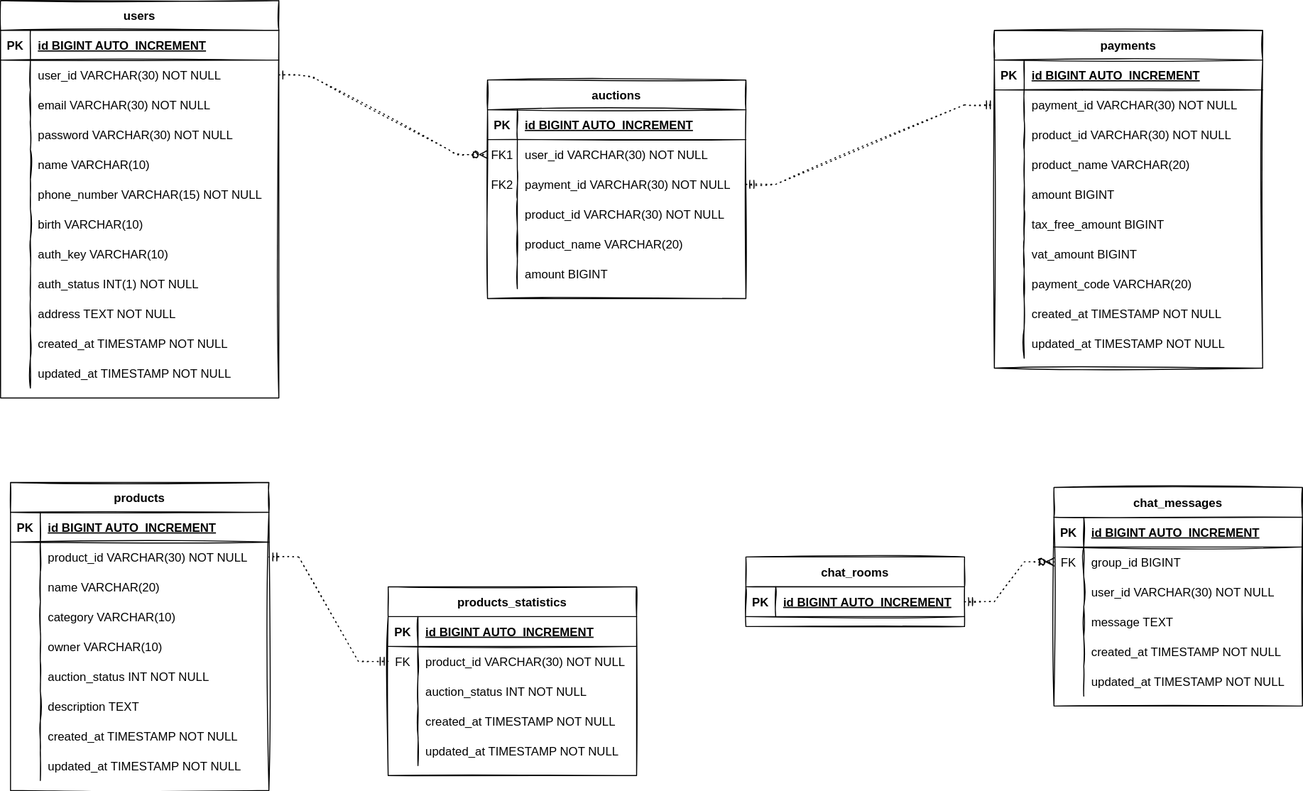
Before: sago_database_schema.drawio.svg, a diagram exported from draw.io (AnneMayor/TestRepository). Source tidied: cells renumbered, new cells last; positions are measured from the earlier drawing's top-left corner, leaving out a move shared by most shapes.
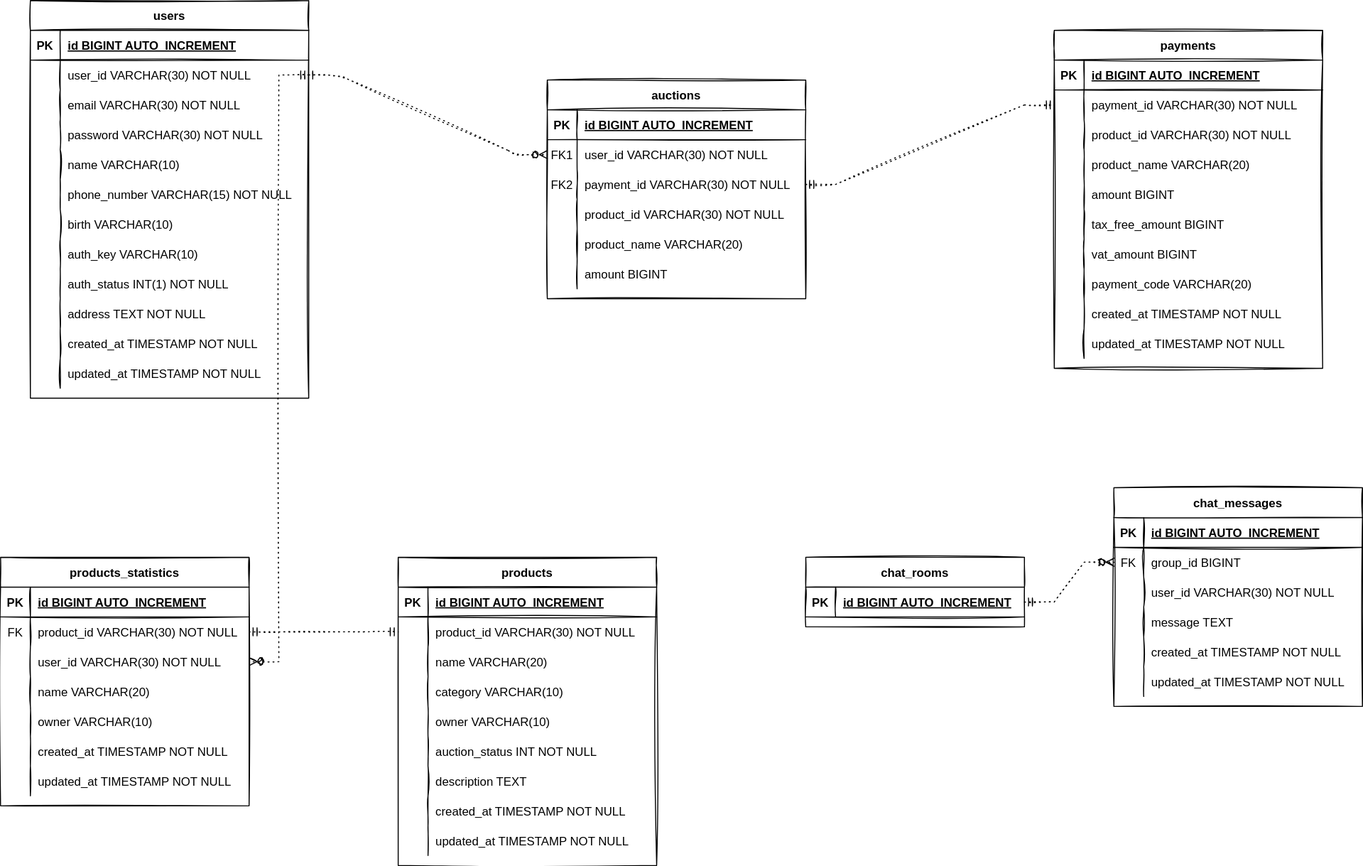
Above is the later version.

Change to the diagram source:
```diff
@@ -156,7 +156,7 @@
       <mxGeometry x="30" width="240" height="30" as="geometry" />
     </mxCell>
     <mxCell id="53" value="users" style="shape=table;startSize=30;rowLines=0;fontStyle=1;align=center;sketch=1;" parent="1" vertex="1">
-      <mxGeometry width="280" height="400" as="geometry" />
+      <mxGeometry x="-30" width="280" height="400" as="geometry" />
     </mxCell>
     <mxCell id="54" style="shape=partialRectangle;fillColor=none;top=0;left=0;right=0;bottom=1;sketch=1;" parent="53" vertex="1">
       <mxGeometry y="30" width="280" height="30" as="geometry" />
@@ -267,7 +267,7 @@
       <mxGeometry x="30" width="250" height="30" as="geometry" />
     </mxCell>
     <mxCell id="90" value="products" style="shape=table;startSize=30;rowLines=0;fontStyle=1;align=center;sketch=1;" parent="1" vertex="1">
-      <mxGeometry x="10" y="485" width="260" height="310" as="geometry" />
+      <mxGeometry x="340" y="560" width="260" height="310" as="geometry" />
     </mxCell>
     <mxCell id="91" style="shape=partialRectangle;fillColor=none;top=0;left=0;bottom=1;right=0;sketch=1;" parent="90" vertex="1">
       <mxGeometry y="30" width="260" height="30" as="geometry" />
@@ -351,7 +351,7 @@
       <mxGeometry x="30" width="230" height="30" as="geometry" />
     </mxCell>
     <mxCell id="118" value="products_statistics" style="shape=table;startSize=30;rowLines=0;fontStyle=1;align=center;sketch=1;" parent="1" vertex="1">
-      <mxGeometry x="390" y="590" width="250" height="190" as="geometry" />
+      <mxGeometry x="-60" y="560" width="250" height="250" as="geometry" />
     </mxCell>
     <mxCell id="119" style="shape=partialRectangle;fillColor=none;top=0;left=0;bottom=1;right=0;sketch=1;" parent="118" vertex="1">
       <mxGeometry y="30" width="250" height="30" as="geometry" />
@@ -371,17 +371,35 @@
     <mxCell id="124" value="product_id VARCHAR(30) NOT NULL" style="shape=partialRectangle;fillColor=none;top=0;left=0;bottom=0;right=0;align=left;spacingLeft=6;overflow=hidden;sketch=1;" parent="122" vertex="1">
       <mxGeometry x="30" width="220" height="30" as="geometry" />
     </mxCell>
+    <mxCell id="160" style="shape=partialRectangle;fillColor=none;top=0;left=0;bottom=0;right=0;points=[[0,0.5],[1,0.5]];portConstraint=eastwest;sketch=1;" parent="118" vertex="1">
+      <mxGeometry y="90" width="250" height="30" as="geometry" />
+    </mxCell>
+    <mxCell id="161" style="shape=partialRectangle;fillColor=none;top=0;left=0;bottom=0;right=0;overflow=hidden;sketch=1;" parent="160" vertex="1">
+      <mxGeometry width="30" height="30" as="geometry" />
+    </mxCell>
+    <mxCell id="162" value="user_id VARCHAR(30) NOT NULL" style="shape=partialRectangle;fillColor=none;top=0;left=0;bottom=0;right=0;align=left;spacingLeft=6;overflow=hidden;sketch=1;" parent="160" vertex="1">
+      <mxGeometry x="30" width="220" height="30" as="geometry" />
+    </mxCell>
+    <mxCell id="163" style="shape=partialRectangle;fillColor=none;top=0;left=0;bottom=0;right=0;sketch=1;" parent="118" vertex="1">
+      <mxGeometry y="120" width="250" height="30" as="geometry" />
+    </mxCell>
+    <mxCell id="164" style="shape=partialRectangle;fillColor=none;top=0;left=0;bottom=0;right=0;overflow=hidden;sketch=1;" parent="163" vertex="1">
+      <mxGeometry width="30" height="30" as="geometry" />
+    </mxCell>
+    <mxCell id="165" value="name VARCHAR(20)" style="shape=partialRectangle;fillColor=none;top=0;left=0;bottom=0;right=0;align=left;spacingLeft=6;overflow=hidden;sketch=1;" parent="163" vertex="1">
+      <mxGeometry x="30" width="220" height="30" as="geometry" />
+    </mxCell>
     <mxCell id="125" style="shape=partialRectangle;fillColor=none;top=0;left=0;bottom=0;right=0;sketch=1;" parent="118" vertex="1">
-      <mxGeometry y="90" width="250" height="30" as="geometry" />
+      <mxGeometry y="150" width="250" height="30" as="geometry" />
     </mxCell>
     <mxCell id="126" style="shape=partialRectangle;fillColor=none;top=0;left=0;bottom=0;right=0;overflow=hidden;sketch=1;" parent="125" vertex="1">
       <mxGeometry width="30" height="30" as="geometry" />
     </mxCell>
-    <mxCell id="127" value="auction_status INT NOT NULL" style="shape=partialRectangle;fillColor=none;top=0;left=0;bottom=0;right=0;align=left;spacingLeft=6;overflow=hidden;sketch=1;" parent="125" vertex="1">
+    <mxCell id="127" value="owner VARCHAR(10)" style="shape=partialRectangle;fillColor=none;top=0;left=0;bottom=0;right=0;align=left;spacingLeft=6;overflow=hidden;sketch=1;" parent="125" vertex="1">
       <mxGeometry x="30" width="220" height="30" as="geometry" />
     </mxCell>
     <mxCell id="128" style="shape=partialRectangle;fillColor=none;top=0;left=0;bottom=0;right=0;sketch=1;" parent="118" vertex="1">
-      <mxGeometry y="120" width="250" height="30" as="geometry" />
+      <mxGeometry y="180" width="250" height="30" as="geometry" />
     </mxCell>
     <mxCell id="129" style="shape=partialRectangle;fillColor=none;top=0;left=0;bottom=0;right=0;overflow=hidden;sketch=1;" parent="128" vertex="1">
       <mxGeometry width="30" height="30" as="geometry" />
@@ -390,7 +408,7 @@
       <mxGeometry x="30" width="220" height="30" as="geometry" />
     </mxCell>
     <mxCell id="131" style="shape=partialRectangle;fillColor=none;top=0;left=0;bottom=0;right=0;sketch=1;" parent="118" vertex="1">
-      <mxGeometry y="150" width="250" height="30" as="geometry" />
+      <mxGeometry y="210" width="250" height="30" as="geometry" />
     </mxCell>
     <mxCell id="132" style="shape=partialRectangle;fillColor=none;top=0;left=0;bottom=0;right=0;overflow=hidden;sketch=1;" parent="131" vertex="1">
       <mxGeometry width="30" height="30" as="geometry" />
@@ -473,8 +491,11 @@
     <mxCell id="158" style="edgeStyle=entityRelationEdgeStyle;fontSize=12;html=1;endArrow=ERzeroToMany;startArrow=ERmandOne;rounded=0;sketch=1;dashed=1;dashPattern=1 4;" parent="1" edge="1" source="154" target="138">
       <mxGeometry relative="1" as="geometry" />
     </mxCell>
-    <mxCell id="159" style="edgeStyle=entityRelationEdgeStyle;fontSize=12;html=1;endArrow=ERmandOne;startArrow=ERmandOne;rounded=0;sketch=1;exitX=0;exitY=0.5;exitDx=0;exitDy=0;dashed=1;dashPattern=1 4;" parent="1" edge="1" source="122" target="94">
+    <mxCell id="159" style="edgeStyle=entityRelationEdgeStyle;fontSize=12;html=1;endArrow=ERmandOne;startArrow=ERmandOne;rounded=0;sketch=1;dashed=1;dashPattern=1 4;" parent="1" edge="1" source="122" target="94">
       <mxGeometry relative="1" as="geometry" />
     </mxCell>
+    <mxCell id="166" style="edgeStyle=entityRelationEdgeStyle;fontSize=12;html=1;endArrow=ERzeroToMany;startArrow=ERmandOne;rounded=0;dashed=1;dashPattern=1 4;sketch=1;exitX=1;exitY=0.5;exitDx=0;exitDy=0;" parent="1" edge="1" source="57" target="160">
+      <mxGeometry relative="1" as="geometry" />
+    </mxCell>
   </root>
 </mxGraphModel>
```
